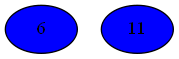
The Graphviz diagram Compiler/17iGraph.png in mbajaj92/Project-Astoria, before a commit. Its source is kept beside it as Compiler/17iGraph.dot.
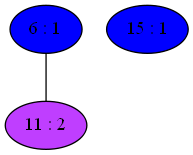
The same diagram one commit later.

Change to the diagram source:
```diff
@@ -1,4 +1,7 @@
 strict graph {
-6[label="6" style=filled fillcolor="blue1"];
-11[label="11" style=filled fillcolor="blue1"];
+6[label="6 : 1" style=filled fillcolor="blue1"];
+6 -- 11
+11[label="11 : 2" style=filled fillcolor="darkorchid1"];
+11 -- 6
+15[label="15 : 1" style=filled fillcolor="blue1"];
 }
```
